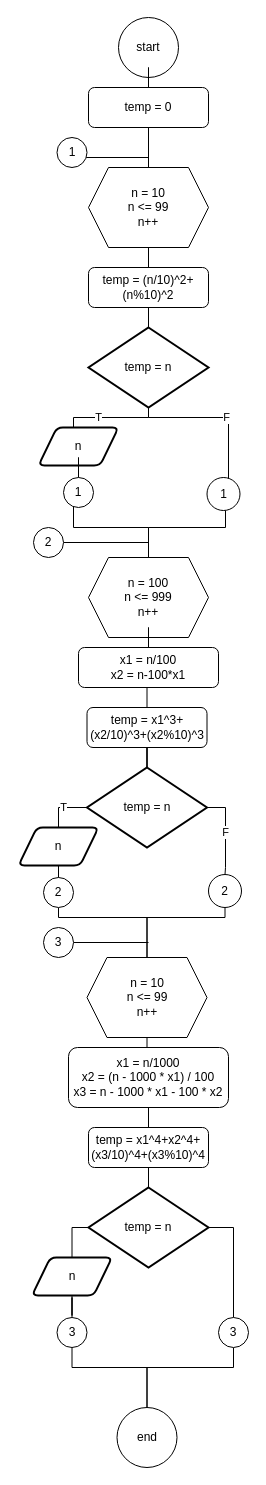
Alehanderio/ads-dryha-kp11 keeps this draw.io diagram as page "Page-2" (2 of 2) of Lab_01/lab1.drawio. Above is the earlier version. Source tidied: cells renumbered, new cells numbered last; positions are measured from the earlier drawing's top-left corner, leaving out a move shared by most shapes. Both pictures are drawn from the tidied source at 100%, with x=0, y=0 at pixel (18, 17).
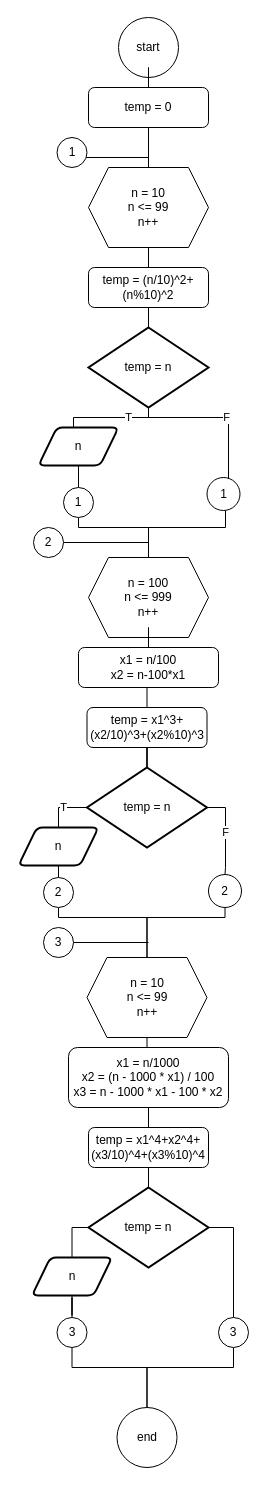
Above is the later version.

The change refers to these unchanged cells:
```xml
<mxCell id="7" value="n = 100&lt;br&gt;n &amp;lt;= 999&lt;br&gt;n++" style="shape=hexagon;perimeter=hexagonPerimeter2;whiteSpace=wrap;html=1;fixedSize=1;" parent="1" vertex="1">
  <mxGeometry x="70" y="540" width="120" height="80" as="geometry" />
</mxCell>
<mxCell id="13" value="temp = n" style="strokeWidth=2;html=1;shape=mxgraph.flowchart.decision;whiteSpace=wrap;" parent="1" vertex="1">
  <mxGeometry x="70" y="310" width="120" height="80" as="geometry" />
</mxCell>
<mxCell id="16" value="n" style="shape=parallelogram;html=1;strokeWidth=2;perimeter=parallelogramPerimeter;whiteSpace=wrap;rounded=1;arcSize=12;size=0.23;" parent="1" vertex="1">
  <mxGeometry x="20" y="410" width="80" height="38" as="geometry" />
</mxCell>
```

The edit, as a diff of the source:
```diff
@@
     <mxCell id="12" value="T" style="edgeStyle=orthogonalEdgeStyle;rounded=0;jettySize=auto;html=1;entryX=0.5;entryY=0;entryDx=0;entryDy=0;endArrow=none;endFill=0;" parent="1" edge="1" source="13" target="16">
-      <mxGeometry relative="1" as="geometry">
+      <mxGeometry x="-0.5" relative="1" as="geometry">
         <Array as="points">
           <mxPoint x="130" y="400" />
           <mxPoint x="55" y="400" />
           <mxPoint x="55" y="420" />
         </Array>
       </mxGeometry>
     </mxCell>
@@
+    <mxCell id="18" style="edgeStyle=orthogonalEdgeStyle;rounded=0;jettySize=auto;html=1;entryX=0.5;entryY=0;entryDx=0;entryDy=0;endArrow=none;endFill=0;" parent="1" edge="1" source="19" target="7">
+      <mxGeometry relative="1" as="geometry">
+        <Array as="points">
+          <mxPoint x="60" y="510" />
+          <mxPoint x="130" y="510" />
+        </Array>
+      </mxGeometry>
+    </mxCell>
-    <mxCell id="17" style="edgeStyle=orthogonalEdgeStyle;rounded=0;jettySize=auto;html=1;endArrow=none;endFill=0;" parent="1" edge="1" source="19" target="16">
+    <mxCell id="17" style="edgeStyle=orthogonalEdgeStyle;rounded=0;jettySize=auto;html=1;entryX=0.5;entryY=1;entryDx=0;entryDy=0;endArrow=none;endFill=0;" parent="1" edge="1" source="19" target="16">
       <mxGeometry relative="1" as="geometry" />
     </mxCell>
-    <mxCell id="18" style="edgeStyle=orthogonalEdgeStyle;rounded=0;jettySize=auto;html=1;entryX=0.5;entryY=0;entryDx=0;entryDy=0;endArrow=none;endFill=0;" parent="1" edge="1" source="19" target="7">
-      <mxGeometry relative="1" as="geometry">
-        <Array as="points">
-          <mxPoint x="55" y="510" />
-          <mxPoint x="130" y="510" />
-        </Array>
-      </mxGeometry>
-    </mxCell>
     <mxCell id="19" value="1" style="ellipse;whiteSpace=wrap;html=1;" parent="1" vertex="1">
-      <mxGeometry x="45" y="460" width="30" height="30" as="geometry" />
+      <mxGeometry x="45" y="470" width="30" height="30" as="geometry" />
     </mxCell>
```
